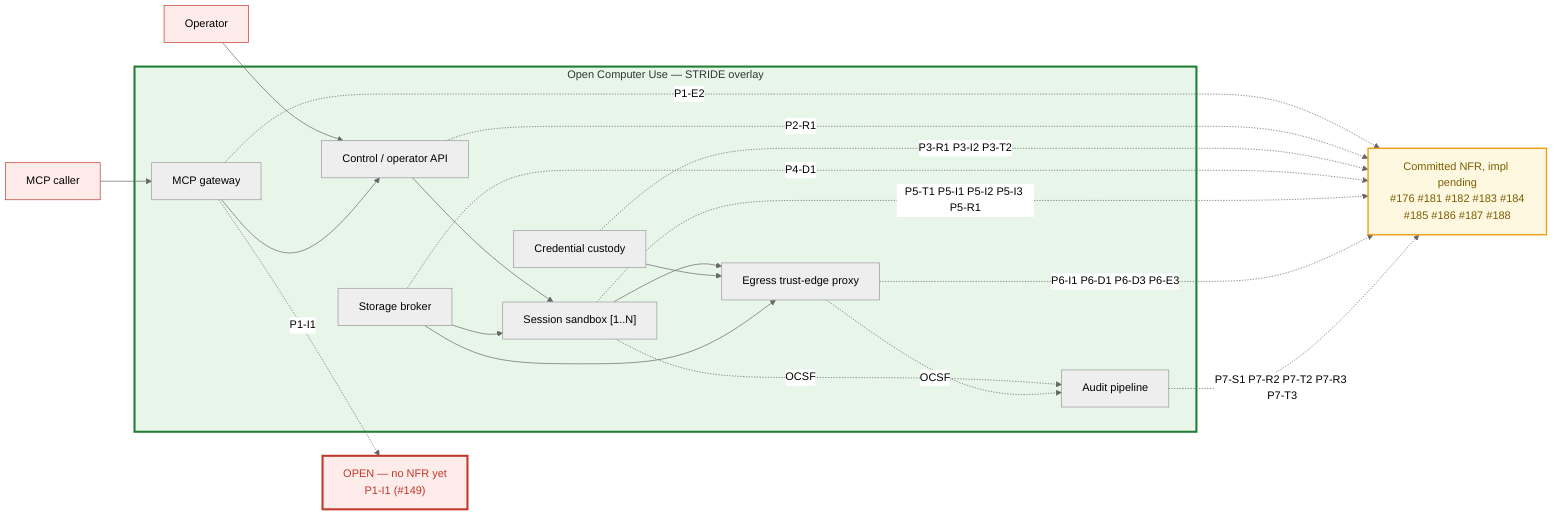
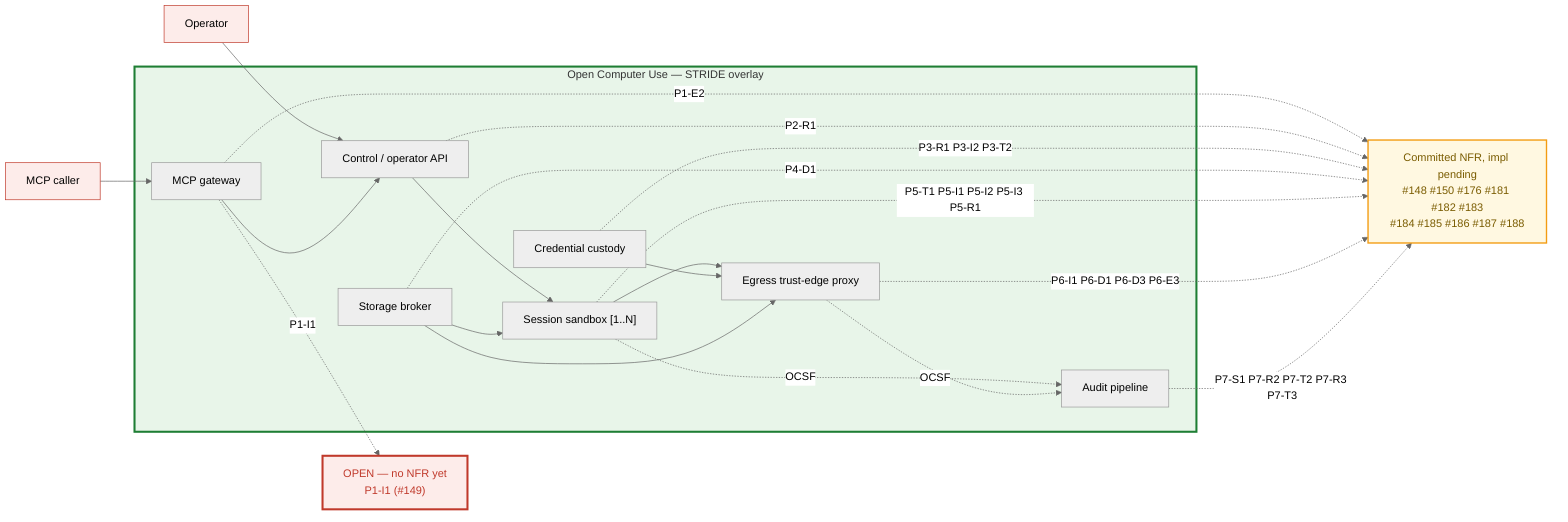
%% SPDX-License-Identifier: FSL-1.1-Apache-2.0
%% Copyright (c) 2025 Open Computer Use Contributors
%% Layer 7 STRIDE overlay on the Layer 6 container DFD. Referenced from docs/architecture/06-threat-model.md.
%% OPEN/residual threats annotated per element; the DFD itself is canonical in c4-container.mmd (not redrawn).
%%{init: {"theme": "neutral"} }%%
flowchart LR
    PEER["MCP caller"]:::ext
    OPER["Operator"]:::ext
    subgraph OCU["Open Computer Use — STRIDE overlay"]
        MCPG["MCP gateway"]
        CTRL["Control / operator API"]
        CUST["Credential custody"]
        STORE["Storage broker"]
        VM["Session sandbox [1..N]"]
        EDGE["Egress trust-edge proxy"]
        AUD["Audit pipeline"]
    end
    PEER --> MCPG
    OPER --> CTRL
    MCPG --> CTRL
    CTRL --> VM
    STORE --> VM
    VM --> EDGE
    CUST --> EDGE
    STORE --> EDGE
    VM -.OCSF.-> AUD
    EDGE -.OCSF.-> AUD

    OPEN["OPEN — no NFR yet<br/>P1-I1 (#149)"]:::open
-     PEND["Committed NFR, impl pending<br/>#176 #181 #182 #183 #184<br/>#185 #186 #187 #188"]:::pend
+     PEND["Committed NFR, impl pending<br/>#148 #150 #176 #181 #182 #183<br/>#184 #185 #186 #187 #188"]:::pend
    MCPG -. P1-I1 .-> OPEN
    MCPG -. P1-E2 .-> PEND
    CTRL -. P2-R1 .-> PEND
    CUST -. P3-R1 P3-I2 P3-T2 .-> PEND
    STORE -. P4-D1 .-> PEND
    VM -. P5-T1 P5-I1 P5-I2 P5-I3 P5-R1 .-> PEND
    EDGE -. P6-I1 P6-D1 P6-D3 P6-E3 .-> PEND
    AUD -. P7-S1 P7-R2 P7-T2 P7-R3 P7-T3 .-> PEND

    classDef ext fill:#fdecea,stroke:#c0392b,stroke-width:1px;
    classDef open fill:#fdecea,stroke:#c0392b,stroke-width:3px,color:#c0392b;
    classDef pend fill:#fff8e1,stroke:#f39c12,stroke-width:2px,color:#7a5c00;
    style OCU fill:#e8f5e9,stroke:#1e7e34,stroke-width:3px;
